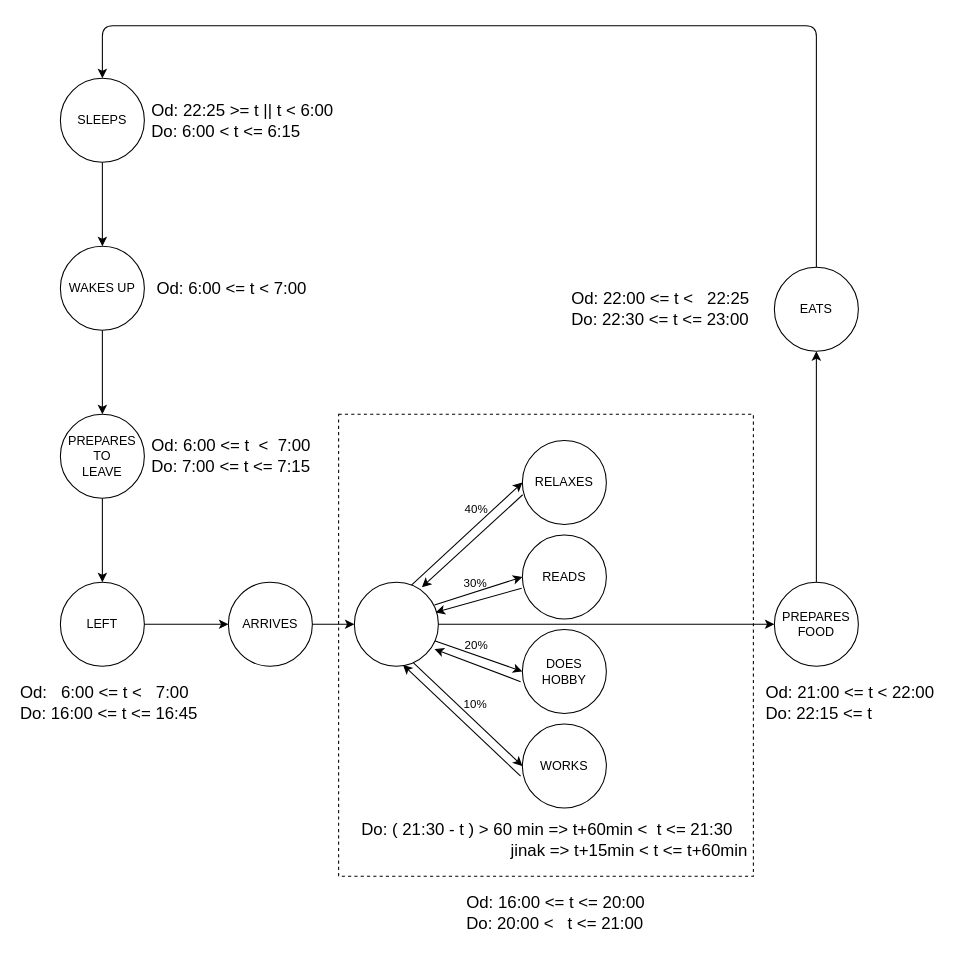
Above: Imgs/Simulation-Inhabitant-workday-behavior.drawio in MartinZelenak/IBT-SmartHome-MAS-Interaction-Prediction (draw.io), before the change. Source tidied: cells renumbered, new cells numbered last; positions are measured from the earlier drawing's top-left corner, leaving out a move shared by most shapes. Both pictures are drawn from the tidied source at 105%, with x=0, y=0 at pixel (18, 25).
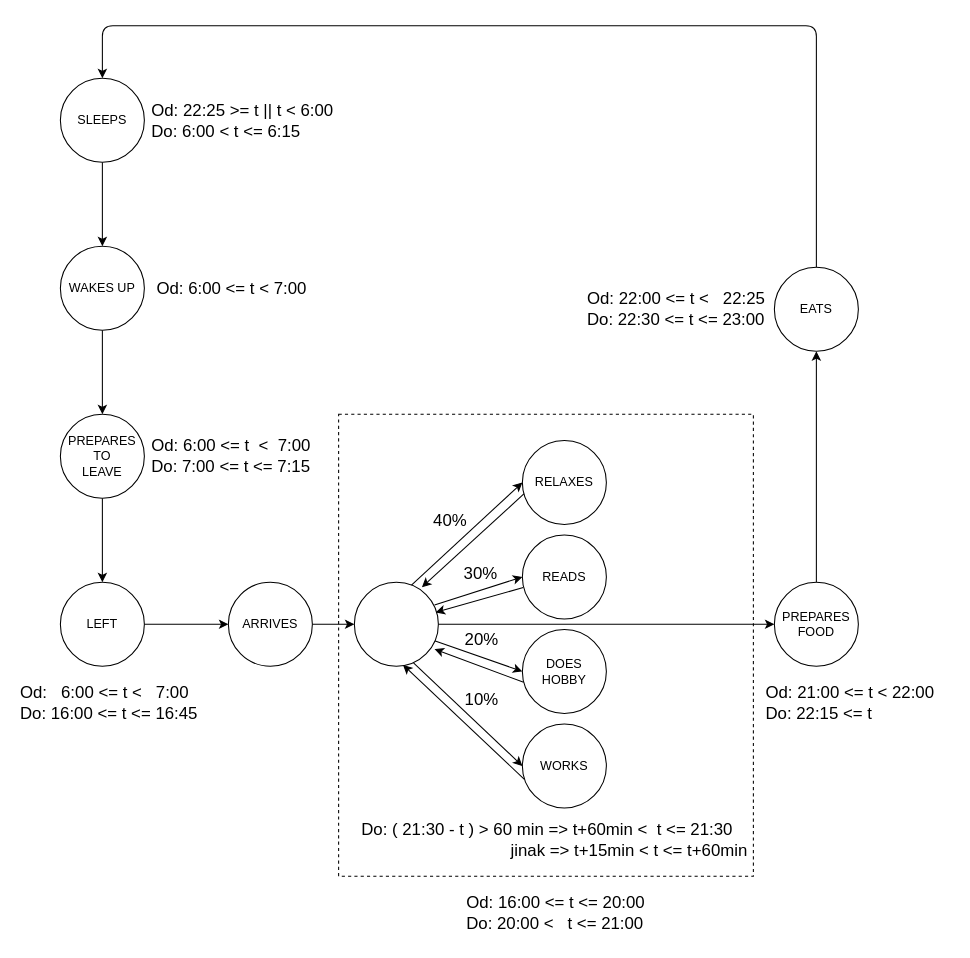
Above is the later version.

Unchanged cells that the change refers to:
```xml
<mxCell id="14" value="RELAXES" style="ellipse;whiteSpace=wrap;html=1;" parent="1" vertex="1">
  <mxGeometry x="480" y="395" width="80" height="80" as="geometry" />
</mxCell>
<mxCell id="16" value="READS" style="ellipse;whiteSpace=wrap;html=1;" parent="1" vertex="1">
  <mxGeometry x="480" y="485" width="80" height="80" as="geometry" />
</mxCell>
<mxCell id="18" value="WORKS" style="ellipse;whiteSpace=wrap;html=1;" parent="1" vertex="1">
  <mxGeometry x="480" y="665" width="80" height="80" as="geometry" />
</mxCell>
<mxCell id="20" value="DOES&lt;br&gt;HOBBY" style="ellipse;whiteSpace=wrap;html=1;" parent="1" vertex="1">
  <mxGeometry x="480" y="575" width="80" height="80" as="geometry" />
</mxCell>
<mxCell id="29" style="edgeStyle=none;html=1;exitX=0.667;exitY=0.046;exitDx=0;exitDy=0;entryX=0;entryY=0.5;entryDx=0;entryDy=0;exitPerimeter=0;" parent="1" edge="1" source="38" target="14">
  <mxGeometry relative="1" as="geometry" />
</mxCell>
<mxCell id="31" style="edgeStyle=none;html=1;exitX=0.954;exitY=0.271;exitDx=0;exitDy=0;entryX=0;entryY=0.5;entryDx=0;entryDy=0;exitPerimeter=0;" parent="1" edge="1" source="38" target="16">
  <mxGeometry relative="1" as="geometry" />
</mxCell>
<mxCell id="33" style="edgeStyle=none;html=1;exitX=0.954;exitY=0.696;exitDx=0;exitDy=0;entryX=0;entryY=0.5;entryDx=0;entryDy=0;exitPerimeter=0;" parent="1" edge="1" source="38" target="20">
  <mxGeometry relative="1" as="geometry" />
</mxCell>
<mxCell id="35" style="edgeStyle=none;html=1;exitX=0.704;exitY=0.959;exitDx=0;exitDy=0;entryX=0;entryY=0.5;entryDx=0;entryDy=0;exitPerimeter=0;" parent="1" edge="1" source="38" target="18">
  <mxGeometry relative="1" as="geometry" />
</mxCell>
<mxCell id="38" style="ellipse;whiteSpace=wrap;html=1;" parent="1" vertex="1">
  <mxGeometry x="320" y="530" width="80" height="80" as="geometry" />
</mxCell>
```

What changed in the source:
```diff
@@
-    <mxCell id="13" style="edgeStyle=none;html=1;exitX=0.004;exitY=0.646;exitDx=0;exitDy=0;entryX=0.804;entryY=0.059;entryDx=0;entryDy=0;exitPerimeter=0;entryPerimeter=0;" parent="1" edge="1" source="14" target="38">
+    <mxCell id="13" style="edgeStyle=none;html=1;exitX=0.021;exitY=0.634;exitDx=0;exitDy=0;entryX=0.804;entryY=0.059;entryDx=0;entryDy=0;exitPerimeter=0;entryPerimeter=0;" parent="1" edge="1" source="14" target="38">
       <mxGeometry relative="1" as="geometry" />
     </mxCell>
@@
-    <mxCell id="15" style="edgeStyle=none;html=1;exitX=-0.008;exitY=0.634;exitDx=0;exitDy=0;entryX=0.967;entryY=0.359;entryDx=0;entryDy=0;entryPerimeter=0;exitPerimeter=0;" parent="1" edge="1" source="16" target="38">
+    <mxCell id="15" style="edgeStyle=none;html=1;exitX=0.011;exitY=0.626;exitDx=0;exitDy=0;entryX=0.967;entryY=0.359;entryDx=0;entryDy=0;entryPerimeter=0;exitPerimeter=0;" parent="1" edge="1" source="16" target="38">
       <mxGeometry relative="1" as="geometry" />
     </mxCell>
@@
-    <mxCell id="17" style="edgeStyle=none;html=1;exitX=-0.021;exitY=0.621;exitDx=0;exitDy=0;entryX=0.579;entryY=0.984;entryDx=0;entryDy=0;entryPerimeter=0;exitPerimeter=0;" parent="1" edge="1" source="18" target="38">
+    <mxCell id="17" style="edgeStyle=none;html=1;exitX=0.024;exitY=0.659;exitDx=0;exitDy=0;entryX=0.579;entryY=0.984;entryDx=0;entryDy=0;entryPerimeter=0;exitPerimeter=0;" parent="1" edge="1" source="18" target="38">
       <mxGeometry relative="1" as="geometry" />
     </mxCell>
@@
-    <mxCell id="19" style="edgeStyle=none;html=1;exitX=-0.021;exitY=0.621;exitDx=0;exitDy=0;entryX=0.954;entryY=0.796;entryDx=0;entryDy=0;entryPerimeter=0;exitPerimeter=0;" parent="1" edge="1" source="20" target="38">
+    <mxCell id="19" style="edgeStyle=none;html=1;exitX=0.015;exitY=0.629;exitDx=0;exitDy=0;entryX=0.954;entryY=0.796;entryDx=0;entryDy=0;entryPerimeter=0;exitPerimeter=0;" parent="1" edge="1" source="20" target="38">
       <mxGeometry relative="1" as="geometry" />
     </mxCell>
@@
-    <mxCell id="30" value="40%" style="edgeLabel;html=1;align=center;verticalAlign=middle;labelBackgroundColor=none;" parent="29" vertex="1">
+    <mxCell id="30" value="40%" style="edgeLabel;html=1;align=center;verticalAlign=middle;labelBackgroundColor=none;fontSize=16;" parent="29" vertex="1">
       <mxGeometry x="-0.19" y="-1" relative="1" as="geometry">
-        <mxPoint x="18" y="-34" as="offset" />
+        <mxPoint x="-7" y="-24" as="offset" />
       </mxGeometry>
     </mxCell>
@@
-    <mxCell id="32" value="30%" style="edgeLabel;html=1;align=center;verticalAlign=middle;labelBackgroundColor=none;" parent="31" vertex="1">
+    <mxCell id="32" value="30%" style="edgeLabel;html=1;align=center;verticalAlign=middle;labelBackgroundColor=none;fontSize=16;" parent="31" vertex="1">
       <mxGeometry x="-0.47" y="-2" relative="1" as="geometry">
-        <mxPoint x="16" y="-16" as="offset" />
+        <mxPoint x="21" y="-26" as="offset" />
       </mxGeometry>
     </mxCell>
@@
-    <mxCell id="34" value="20%" style="edgeLabel;html=1;align=center;verticalAlign=middle;labelBackgroundColor=none;" parent="33" vertex="1">
+    <mxCell id="34" value="20%" style="edgeLabel;html=1;align=center;verticalAlign=middle;labelBackgroundColor=none;fontSize=16;" parent="33" vertex="1">
       <mxGeometry x="-0.24" relative="1" as="geometry">
-        <mxPoint x="7" y="-7" as="offset" />
+        <mxPoint x="12" y="-13" as="offset" />
       </mxGeometry>
     </mxCell>
@@
-    <mxCell id="36" value="10%" style="edgeLabel;html=1;align=center;verticalAlign=middle;labelBackgroundColor=none;" parent="35" vertex="1">
+    <mxCell id="36" value="10%" style="edgeLabel;html=1;align=center;verticalAlign=middle;labelBackgroundColor=none;fontSize=16;" parent="35" vertex="1">
       <mxGeometry x="-0.23" y="-1" relative="1" as="geometry">
-        <mxPoint x="19" as="offset" />
+        <mxPoint x="25" y="-5" as="offset" />
       </mxGeometry>
     </mxCell>
@@
     <mxCell id="42" value="Od: 22:00 &amp;lt;= t &amp;lt;&amp;nbsp; &amp;nbsp;22:25&lt;br&gt;Do: 22:30 &amp;lt;= t &amp;lt;= 23:00" style="text;html=1;align=left;verticalAlign=middle;strokeColor=none;fillColor=none;fontSize=16;" parent="1" vertex="1">
-      <mxGeometry x="525" y="245" width="190" height="50" as="geometry" />
+      <mxGeometry x="540" y="245" width="190" height="50" as="geometry" />
     </mxCell>
```
